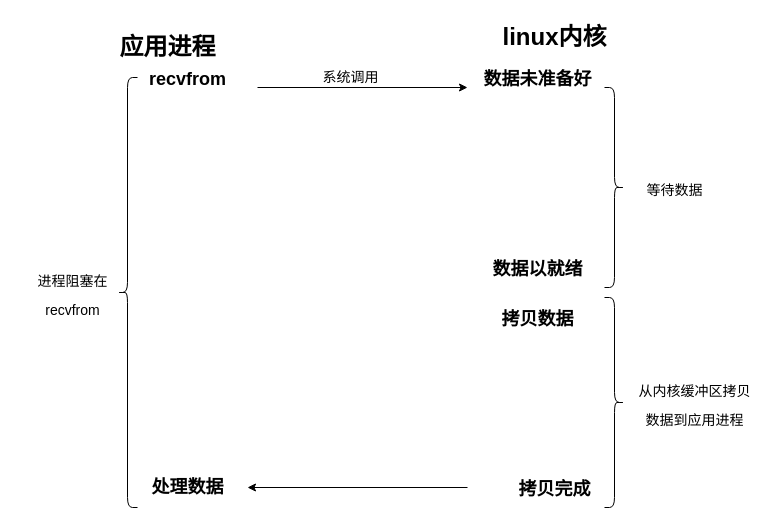
sjh724/draw.io keeps this draw.io diagram as blocking IO model.drawio. Above is the earlier version. Source tidied: cells renumbered, new cells numbered last; positions are measured from the earlier drawing's top-left corner, leaving out a move shared by most shapes. Both pictures are drawn from the tidied source at 100%, with x=0, y=0 at pixel (17, 17).
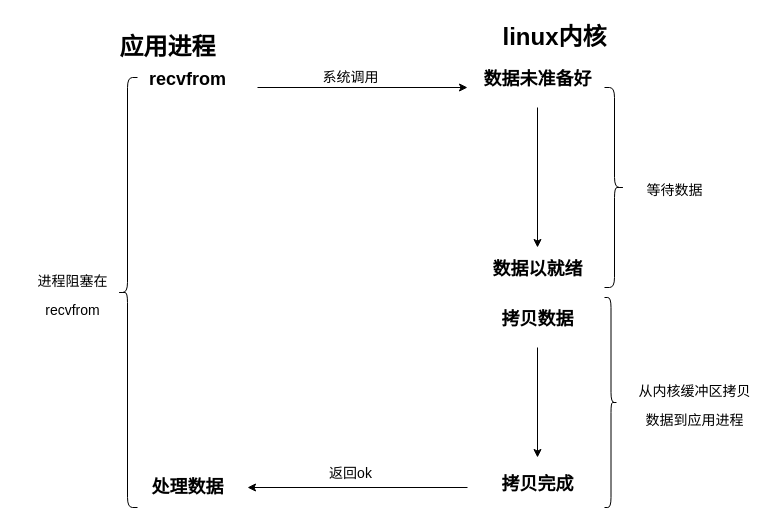
After the change.

Unchanged cells that the change refers to:
```xml
<mxCell id="14" value="&lt;font style=&quot;font-size: 18px&quot;&gt;数据以就绪&lt;/font&gt;" style="text;strokeColor=none;fillColor=none;html=1;fontSize=24;fontStyle=1;verticalAlign=middle;align=center;" parent="1" vertex="1">
  <mxGeometry x="470" y="230" width="100" height="40" as="geometry" />
</mxCell>
```

Change to the diagram source:
```diff
@@
     <mxCell id="7" style="shape=curlyBracket;whiteSpace=wrap;html=1;rounded=1;flipH=1;fontSize=14;" parent="1" vertex="1">
-      <mxGeometry x="587" y="280" width="20" height="210" as="geometry" />
+      <mxGeometry x="587" y="280" width="13" height="210" as="geometry" />
     </mxCell>
@@
     <mxCell id="16" value="&lt;span style=&quot;font-size: 18px&quot;&gt;拷贝完成&lt;/span&gt;" style="text;strokeColor=none;fillColor=none;html=1;fontSize=24;fontStyle=1;verticalAlign=middle;align=center;" parent="1" vertex="1">
-      <mxGeometry x="487" y="450" width="100" height="40" as="geometry" />
+      <mxGeometry x="470" y="445" width="100" height="40" as="geometry" />
     </mxCell>
@@
+    <mxCell id="19" style="endArrow=classic;html=1;rounded=0;fontSize=18;entryX=0.5;entryY=0;entryDx=0;entryDy=0;" parent="1" edge="1" target="14">
+      <mxGeometry relative="1" as="geometry">
+        <mxPoint x="520" y="90" as="sourcePoint" />
+      </mxGeometry>
+    </mxCell>
+    <mxCell id="20" style="endArrow=classic;html=1;rounded=0;fontSize=18;" parent="1" edge="1">
+      <mxGeometry relative="1" as="geometry">
+        <mxPoint x="520" y="330" as="sourcePoint" />
+        <mxPoint x="520" y="440" as="targetPoint" />
+      </mxGeometry>
+    </mxCell>
+    <mxCell id="21" value="&lt;span style=&quot;font-size: 14px ; font-weight: 400&quot;&gt;返回ok&lt;/span&gt;" style="text;strokeColor=none;fillColor=none;html=1;fontSize=24;fontStyle=1;verticalAlign=middle;align=center;" parent="1" vertex="1">
+      <mxGeometry x="283" y="430" width="100" height="46.2" as="geometry" />
+    </mxCell>
```
